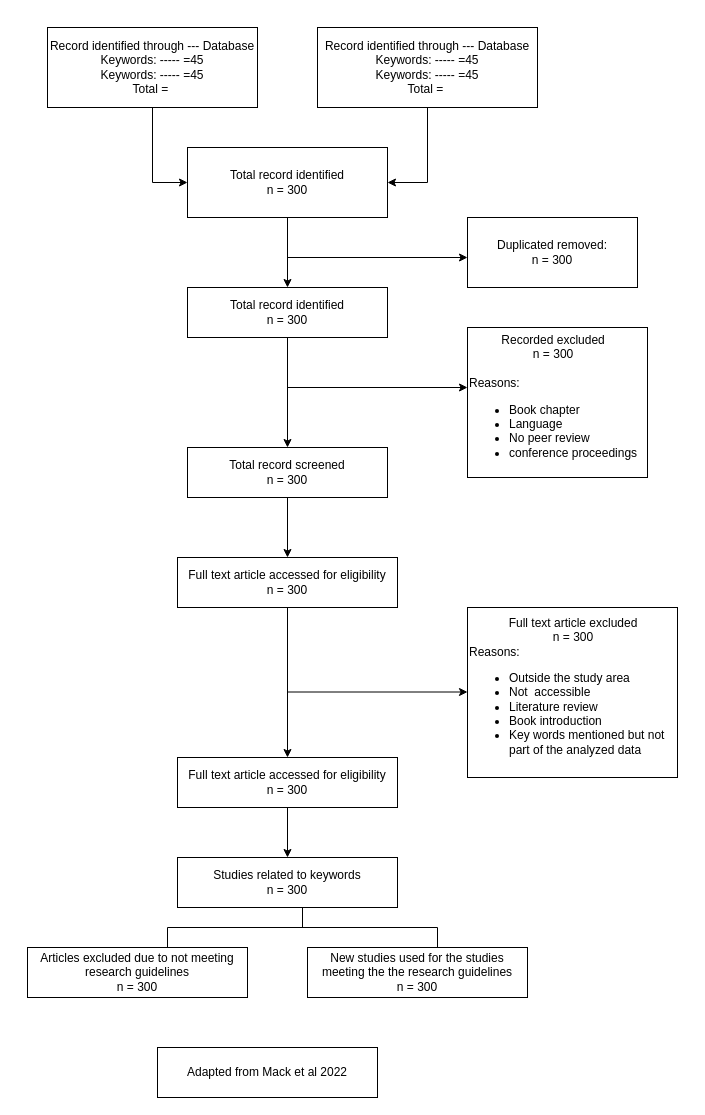
The draw.io diagram flow.drawio in yemioke/PRISMA2020, before the edit. Source tidied: cells renumbered, new cells numbered last; positions are measured from the earlier drawing's top-left corner, leaving out a move shared by most shapes. Both pictures are drawn from the tidied source at 100%, with x=0, y=0 at pixel (27, 27).
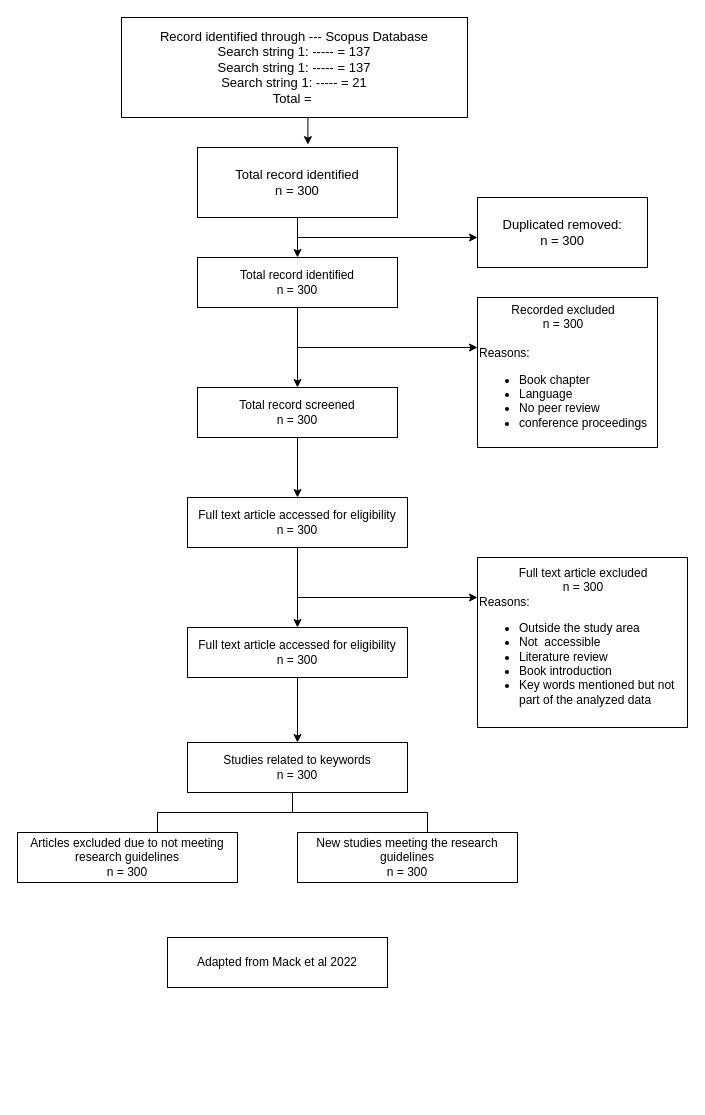
The same page after the edit.

Change to the diagram source:
```diff
@@
-    <mxCell id="2" style="edgeStyle=orthogonalEdgeStyle;rounded=0;jettySize=auto;html=1;exitX=0.5;exitY=1;exitDx=0;exitDy=0;entryX=0;entryY=0.5;entryDx=0;entryDy=0;" parent="1" edge="1" source="3" target="7">
-      <mxGeometry relative="1" as="geometry" />
-    </mxCell>
-    <mxCell id="3" value="Record identified through --- Database&lt;div&gt;Keywords: ----- =45&lt;/div&gt;&lt;div&gt;Keywords: ----- =45&lt;br&gt;&lt;/div&gt;&lt;div&gt;Total =&amp;nbsp;&lt;/div&gt;" style="rounded=0;whiteSpace=wrap;html=1;" parent="1" vertex="1">
-      <mxGeometry x="20" width="210" height="80" as="geometry" />
+    <mxCell id="3" value="&lt;font style=&quot;font-size: 13px;&quot;&gt;Record identified through --- Scopus Database&lt;/font&gt;&lt;div&gt;&lt;font style=&quot;font-size: 13px;&quot;&gt;Search string 1: ----- = 137&lt;/font&gt;&lt;/div&gt;&lt;div&gt;&lt;font style=&quot;font-size: 13px;&quot;&gt;Search string 1: ----- = 137&lt;br&gt;&lt;/font&gt;&lt;/div&gt;&lt;div&gt;&lt;font style=&quot;font-size: 13px;&quot;&gt;Search string 1: ----- = 21&lt;br&gt;&lt;/font&gt;&lt;/div&gt;&lt;div&gt;&lt;font style=&quot;font-size: 13px;&quot;&gt;Total =&amp;nbsp;&lt;/font&gt;&lt;/div&gt;" style="rounded=0;whiteSpace=wrap;html=1;" parent="1" vertex="1">
+      <mxGeometry x="94" y="-10" width="346" height="100" as="geometry" />
     </mxCell>
-    <mxCell id="4" style="edgeStyle=orthogonalEdgeStyle;rounded=0;jettySize=auto;html=1;exitX=0.5;exitY=1;exitDx=0;exitDy=0;entryX=1;entryY=0.5;entryDx=0;entryDy=0;" parent="1" edge="1" source="5" target="7">
-      <mxGeometry relative="1" as="geometry" />
-    </mxCell>
-    <mxCell id="5" value="Record identified through --- Database&lt;div&gt;Keywords: ----- =45&lt;/div&gt;&lt;div&gt;Keywords: ----- =45&lt;br&gt;&lt;/div&gt;&lt;div&gt;Total =&amp;nbsp;&lt;/div&gt;" style="rounded=0;whiteSpace=wrap;html=1;" parent="1" vertex="1">
-      <mxGeometry x="290" width="220" height="80" as="geometry" />
-    </mxCell>
@@
-    <mxCell id="7" value="&lt;div&gt;Total record identified&lt;/div&gt;&lt;div&gt;n = 300&lt;/div&gt;" style="rounded=0;whiteSpace=wrap;html=1;" parent="1" vertex="1">
-      <mxGeometry x="160" y="120" width="200" height="70" as="geometry" />
+    <mxCell id="7" value="&lt;div&gt;&lt;font style=&quot;font-size: 13px;&quot;&gt;Total record identified&lt;/font&gt;&lt;/div&gt;&lt;div&gt;&lt;font style=&quot;font-size: 13px;&quot;&gt;n = 300&lt;/font&gt;&lt;/div&gt;" style="rounded=0;whiteSpace=wrap;html=1;" parent="1" vertex="1">
+      <mxGeometry x="170" y="120" width="200" height="70" as="geometry" />
     </mxCell>
@@
     <mxCell id="9" value="&lt;div&gt;Total record identified&lt;/div&gt;&lt;div&gt;n = 300&lt;/div&gt;" style="rounded=0;whiteSpace=wrap;html=1;" parent="1" vertex="1">
-      <mxGeometry x="160" y="260" width="200" height="50" as="geometry" />
+      <mxGeometry x="170" y="230" width="200" height="50" as="geometry" />
     </mxCell>
     <mxCell id="10" style="endArrow=classic;html=1;rounded=0;" parent="1" edge="1">
       <mxGeometry relative="1" as="geometry">
-        <mxPoint x="260" y="230" as="sourcePoint" />
-        <mxPoint x="440" y="230" as="targetPoint" />
+        <mxPoint x="270" y="210" as="sourcePoint" />
+        <mxPoint x="450" y="210" as="targetPoint" />
       </mxGeometry>
     </mxCell>
-    <mxCell id="11" value="&lt;div&gt;Duplicated removed:&lt;/div&gt;&lt;div&gt;n = 300&lt;/div&gt;" style="rounded=0;whiteSpace=wrap;html=1;" parent="1" vertex="1">
-      <mxGeometry x="440" y="190" width="170" height="70" as="geometry" />
+    <mxCell id="11" value="&lt;div&gt;&lt;font style=&quot;font-size: 13px;&quot;&gt;Duplicated removed&lt;/font&gt;:&lt;/div&gt;&lt;div&gt;&lt;font style=&quot;font-size: 13px;&quot;&gt;n = 300&lt;/font&gt;&lt;/div&gt;" style="rounded=0;whiteSpace=wrap;html=1;" parent="1" vertex="1">
+      <mxGeometry x="450" y="170" width="170" height="70" as="geometry" />
     </mxCell>
@@
     <mxCell id="13" value="&lt;div&gt;Total record screened&lt;/div&gt;&lt;div&gt;n = 300&lt;/div&gt;" style="rounded=0;whiteSpace=wrap;html=1;" parent="1" vertex="1">
-      <mxGeometry x="160" y="420" width="200" height="50" as="geometry" />
+      <mxGeometry x="170" y="360" width="200" height="50" as="geometry" />
     </mxCell>
     <mxCell id="14" style="endArrow=classic;html=1;rounded=0;" parent="1" edge="1">
       <mxGeometry relative="1" as="geometry">
-        <mxPoint x="260" y="360" as="sourcePoint" />
-        <mxPoint x="440" y="360" as="targetPoint" />
+        <mxPoint x="270" y="320" as="sourcePoint" />
+        <mxPoint x="450" y="320" as="targetPoint" />
       </mxGeometry>
     </mxCell>
     <mxCell id="15" value="&lt;div style=&quot;text-align: center;&quot;&gt;Recorded excluded&lt;/div&gt;&lt;div style=&quot;text-align: center;&quot;&gt;n = 300&lt;/div&gt;&lt;div&gt;&lt;span style=&quot;background-color: initial;&quot;&gt;&lt;br&gt;&lt;/span&gt;&lt;/div&gt;&lt;div&gt;&lt;span style=&quot;background-color: initial;&quot;&gt;Reasons:&amp;nbsp;&lt;/span&gt;&lt;/div&gt;&lt;div&gt;&lt;ul&gt;&lt;li style=&quot;&quot;&gt;Book chapter&lt;/li&gt;&lt;li style=&quot;&quot;&gt;Language&amp;nbsp;&lt;/li&gt;&lt;li style=&quot;&quot;&gt;No peer review&lt;/li&gt;&lt;li style=&quot;&quot;&gt;conference proceedings&lt;/li&gt;&lt;/ul&gt;&lt;/div&gt;" style="rounded=0;whiteSpace=wrap;html=1;align=left;" parent="1" vertex="1">
-      <mxGeometry x="440" y="300" width="180" height="150" as="geometry" />
+      <mxGeometry x="450" y="270" width="180" height="150" as="geometry" />
     </mxCell>
@@
     <mxCell id="17" value="&lt;div&gt;Full text article accessed for eligibility&lt;/div&gt;&lt;div&gt;n = 300&lt;/div&gt;" style="rounded=0;whiteSpace=wrap;html=1;" parent="1" vertex="1">
-      <mxGeometry x="150" y="530" width="220" height="50" as="geometry" />
+      <mxGeometry x="160" y="470" width="220" height="50" as="geometry" />
     </mxCell>
     <mxCell id="18" value="&lt;div style=&quot;text-align: center;&quot;&gt;Full text article excluded&lt;/div&gt;&lt;div style=&quot;text-align: center;&quot;&gt;n = 300&lt;/div&gt;&lt;div&gt;&lt;span style=&quot;background-color: initial;&quot;&gt;Reasons:&amp;nbsp;&lt;/span&gt;&lt;/div&gt;&lt;div&gt;&lt;ul&gt;&lt;li style=&quot;&quot;&gt;Outside the study area&lt;/li&gt;&lt;li style=&quot;&quot;&gt;Not&amp;nbsp; accessible&amp;nbsp;&lt;/li&gt;&lt;li style=&quot;&quot;&gt;Literature review&lt;/li&gt;&lt;li style=&quot;&quot;&gt;Book introduction&lt;/li&gt;&lt;li style=&quot;&quot;&gt;Key words mentioned but not part of the analyzed data&lt;/li&gt;&lt;/ul&gt;&lt;/div&gt;" style="rounded=0;whiteSpace=wrap;html=1;align=left;" parent="1" vertex="1">
-      <mxGeometry x="440" y="580" width="210" height="170" as="geometry" />
+      <mxGeometry x="450" y="530" width="210" height="170" as="geometry" />
     </mxCell>
@@
     <mxCell id="20" value="&lt;div&gt;Full text article accessed for eligibility&lt;/div&gt;&lt;div&gt;n = 300&lt;/div&gt;" style="rounded=0;whiteSpace=wrap;html=1;" parent="1" vertex="1">
-      <mxGeometry x="150" y="730" width="220" height="50" as="geometry" />
+      <mxGeometry x="160" y="600" width="220" height="50" as="geometry" />
     </mxCell>
     <mxCell id="21" style="endArrow=classic;html=1;rounded=0;" parent="1" edge="1">
       <mxGeometry relative="1" as="geometry">
-        <mxPoint x="260" y="664.5" as="sourcePoint" />
-        <mxPoint x="440" y="664.5" as="targetPoint" />
+        <mxPoint x="270" y="570" as="sourcePoint" />
+        <mxPoint x="450" y="570" as="targetPoint" />
       </mxGeometry>
     </mxCell>
     <mxCell id="22" value="&lt;div&gt;Studies related to keywords&lt;/div&gt;&lt;div&gt;n = 300&lt;/div&gt;" style="rounded=0;whiteSpace=wrap;html=1;" parent="1" vertex="1">
-      <mxGeometry x="150" y="830" width="220" height="50" as="geometry" />
+      <mxGeometry x="160" y="715" width="220" height="50" as="geometry" />
     </mxCell>
     <mxCell id="23" value="&lt;div&gt;Articles excluded due to not meeting research guidelines&lt;/div&gt;&lt;div&gt;n = 300&lt;/div&gt;" style="rounded=0;whiteSpace=wrap;html=1;" parent="1" vertex="1">
-      <mxGeometry y="920" width="220" height="50" as="geometry" />
+      <mxGeometry x="-10" y="805" width="220" height="50" as="geometry" />
     </mxCell>
-    <mxCell id="24" value="&lt;div&gt;New studies used for the studies meeting the the research guidelines&lt;/div&gt;&lt;div&gt;n = 300&lt;/div&gt;" style="rounded=0;whiteSpace=wrap;html=1;" parent="1" vertex="1">
-      <mxGeometry x="280" y="920" width="220" height="50" as="geometry" />
+    <mxCell id="24" value="&lt;div&gt;New studies meeting the research guidelines&lt;/div&gt;&lt;div&gt;n = 300&lt;/div&gt;" style="rounded=0;whiteSpace=wrap;html=1;" parent="1" vertex="1">
+      <mxGeometry x="270" y="805" width="220" height="50" as="geometry" />
     </mxCell>
     <mxCell id="25" style="strokeWidth=1;html=1;shape=mxgraph.flowchart.annotation_2;align=left;labelPosition=right;rotation=90;" parent="1" vertex="1">
-      <mxGeometry x="255" y="765" width="40" height="270" as="geometry" />
+      <mxGeometry x="245" y="650" width="40" height="270" as="geometry" />
     </mxCell>
     <mxCell id="26" value="&lt;div&gt;Adapted from Mack et al 2022&lt;/div&gt;" style="rounded=0;whiteSpace=wrap;html=1;" parent="1" vertex="1">
-      <mxGeometry x="130" y="1020" width="220" height="50" as="geometry" />
+      <mxGeometry x="140" y="910" width="220" height="50" as="geometry" />
     </mxCell>
+    <mxCell id="2" style="edgeStyle=orthogonalEdgeStyle;rounded=0;jettySize=auto;html=1;exitX=0.5;exitY=1;exitDx=0;exitDy=0;entryX=0.552;entryY=-0.041;entryDx=0;entryDy=0;entryPerimeter=0;" parent="1" edge="1" source="3" target="7">
+      <mxGeometry relative="1" as="geometry" />
+    </mxCell>
```
